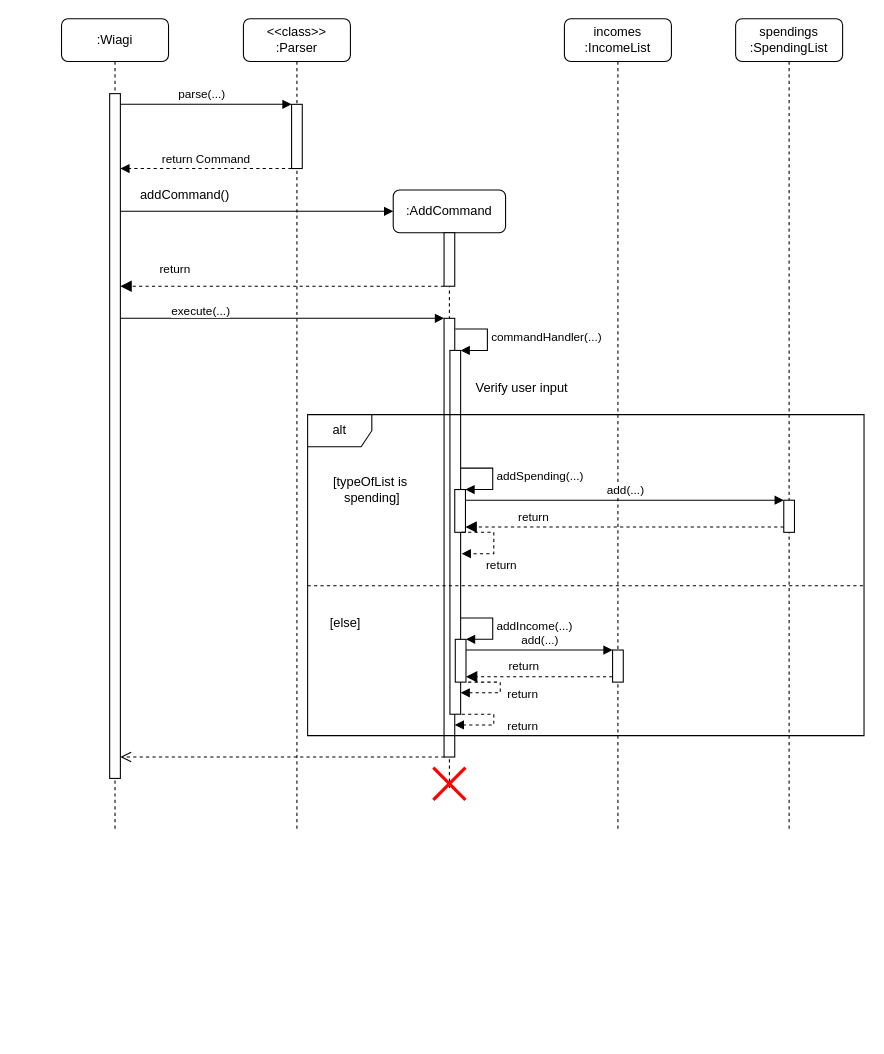
The draw.io diagram docs/Diagrams/Commands/addCommandSequence.drawio in wongwh2002/CS2113TeamProject, before the edit. Source tidied: cells renumbered, new cells numbered last; positions are measured from the earlier drawing's top-left corner, leaving out a move shared by most shapes. Both pictures are drawn from the tidied source at 107%, with x=0, y=0 at pixel (61, 18).
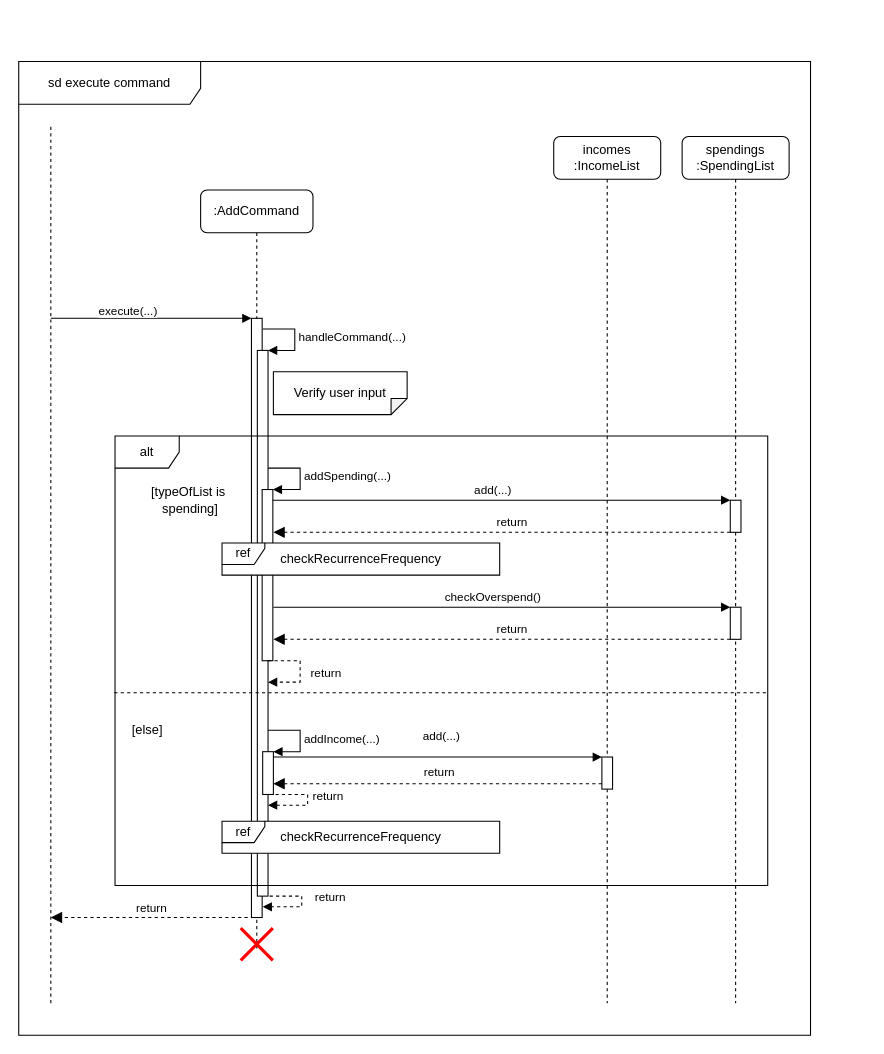
The same page after the edit.

What changed in the source:
```diff
@@
-    <mxCell id="2" value=":Wiagi" style="shape=umlLifeline;perimeter=lifelinePerimeter;whiteSpace=wrap;html=1;newEdgeStyle={&quot;edgeStyle&quot;:&quot;elbowEdgeStyle&quot;,&quot;elbow&quot;:&quot;vertical&quot;,&quot;curved&quot;:0,&quot;rounded&quot;:0};rounded=1;" parent="1" vertex="1">
-      <mxGeometry width="100" height="760" as="geometry" />
-    </mxCell>
-    <mxCell id="3" style="html=1;points=[];perimeter=orthogonalPerimeter;outlineConnect=0;targetShapes=umlLifeline;portConstraint=eastwest;newEdgeStyle={&quot;edgeStyle&quot;:&quot;elbowEdgeStyle&quot;,&quot;elbow&quot;:&quot;vertical&quot;,&quot;curved&quot;:0,&quot;rounded&quot;:0};" parent="2" vertex="1">
-      <mxGeometry x="45" y="70" width="10" height="640" as="geometry" />
-    </mxCell>
+    <mxCell id="47" value="sd execute command" style="shape=umlFrame;whiteSpace=wrap;html=1;swimlaneFillColor=default;width=170;height=40;" parent="1" vertex="1">
+      <mxGeometry x="-40" y="40" width="740" height="910" as="geometry" />
+    </mxCell>
     <mxCell id="4" value=":AddCommand" style="shape=umlLifeline;rounded=1;whiteSpace=wrap;html=1;outlineConnect=0;portConstraint=eastwest;newEdgeStyle={&quot;curved&quot;:0,&quot;rounded&quot;:0};targetShapes=umlLifeline;participant=label;points=[[0,0,0,0,5],[0,1,0,0,-5],[1,0,0,0,5],[1,1,0,0,-5]];perimeter=rectanglePerimeter;" parent="1" vertex="1">
-      <mxGeometry x="310" y="160" width="105" height="560" as="geometry" />
+      <mxGeometry x="130" y="160" width="105" height="710" as="geometry" />
     </mxCell>
-    <mxCell id="5" style="html=1;points=[];perimeter=orthogonalPerimeter;outlineConnect=0;targetShapes=umlLifeline;portConstraint=eastwest;newEdgeStyle={&quot;edgeStyle&quot;:&quot;elbowEdgeStyle&quot;,&quot;elbow&quot;:&quot;vertical&quot;,&quot;curved&quot;:0,&quot;rounded&quot;:0};" parent="4" vertex="1">
-      <mxGeometry x="47.5" y="40" width="10" height="50" as="geometry" />
-    </mxCell>
     <mxCell id="6" style="html=1;points=[];perimeter=orthogonalPerimeter;outlineConnect=0;targetShapes=umlLifeline;portConstraint=eastwest;newEdgeStyle={&quot;edgeStyle&quot;:&quot;elbowEdgeStyle&quot;,&quot;elbow&quot;:&quot;vertical&quot;,&quot;curved&quot;:0,&quot;rounded&quot;:0};" parent="4" vertex="1">
-      <mxGeometry x="47.5" y="120" width="10" height="410" as="geometry" />
+      <mxGeometry x="47.5" y="120" width="10" height="560" as="geometry" />
     </mxCell>
     <mxCell id="7" style="html=1;points=[[0,0,0,0,5],[0,1,0,0,-5],[1,0,0,0,5],[1,1,0,0,-5]];perimeter=orthogonalPerimeter;outlineConnect=0;targetShapes=umlLifeline;portConstraint=eastwest;newEdgeStyle={&quot;curved&quot;:0,&quot;rounded&quot;:0};" parent="4" vertex="1">
-      <mxGeometry x="53" y="150" width="10" height="340" as="geometry" />
+      <mxGeometry x="53" y="150" width="10" height="510" as="geometry" />
     </mxCell>
-    <mxCell id="8" value="commandHandler(...)" style="html=1;align=left;spacingLeft=2;endArrow=block;rounded=0;edgeStyle=orthogonalEdgeStyle;curved=0;rounded=0;" parent="4" edge="1" target="7">
+    <mxCell id="8" value="handleCommand(...)" style="html=1;align=left;spacingLeft=2;endArrow=block;rounded=0;edgeStyle=orthogonalEdgeStyle;curved=0;rounded=0;" parent="4" edge="1" target="7">
       <mxGeometry relative="1" as="geometry">
         <mxPoint x="58" y="130" as="sourcePoint" />
         <Array as="points">
           <mxPoint x="88" y="130" />
           <mxPoint x="88" y="150" />
         </Array>
       </mxGeometry>
     </mxCell>
     <mxCell id="9" style="html=1;points=[[0,0,0,0,5],[0,1,0,0,-5],[1,0,0,0,5],[1,1,0,0,-5]];perimeter=orthogonalPerimeter;outlineConnect=0;targetShapes=umlLifeline;portConstraint=eastwest;newEdgeStyle={&quot;curved&quot;:0,&quot;rounded&quot;:0};" parent="4" vertex="1">
-      <mxGeometry x="57.5" y="280" width="10" height="40" as="geometry" />
+      <mxGeometry x="57.5" y="280" width="10" height="160" as="geometry" />
     </mxCell>
     <mxCell id="10" style="shape=umlDestroy;whiteSpace=wrap;html=1;strokeWidth=3;targetShapes=umlLifeline;strokeColor=#FF0000;" parent="4" vertex="1">
-      <mxGeometry x="37.5" y="540" width="30" height="30" as="geometry" />
+      <mxGeometry x="37.5" y="690" width="30" height="30" as="geometry" />
     </mxCell>
-    <mxCell id="11" value="parse(...)" style="html=1;verticalAlign=bottom;endArrow=block;edgeStyle=elbowEdgeStyle;elbow=vertical;curved=0;rounded=0;" parent="1" edge="1" target="14">
-      <mxGeometry x="0.35" relative="1" as="geometry">
-        <mxPoint x="155" y="80" as="sourcePoint" />
-        <Array as="points">
-          <mxPoint x="55" y="80" />
-        </Array>
-      </mxGeometry>
-    </mxCell>
-    <mxCell id="12" value="return Command" style="html=1;verticalAlign=bottom;endArrow=block;dashed=1;edgeStyle=elbowEdgeStyle;elbow=vertical;curved=0;rounded=0;endFill=1;" parent="1" edge="1" source="14">
-      <mxGeometry relative="1" as="geometry">
-        <mxPoint x="55" y="140" as="targetPoint" />
-        <Array as="points">
-          <mxPoint x="155" y="140" />
-        </Array>
-      </mxGeometry>
-    </mxCell>
-    <mxCell id="13" value="&amp;lt;&amp;lt;class&amp;gt;&amp;gt;&lt;br&gt;:Parser" style="shape=umlLifeline;rounded=1;perimeter=lifelinePerimeter;whiteSpace=wrap;html=1;newEdgeStyle={&quot;edgeStyle&quot;:&quot;elbowEdgeStyle&quot;,&quot;elbow&quot;:&quot;vertical&quot;,&quot;curved&quot;:0,&quot;rounded&quot;:0};" parent="1" vertex="1">
-      <mxGeometry x="170" width="100" height="760" as="geometry" />
-    </mxCell>
-    <mxCell id="14" style="html=1;points=[];perimeter=orthogonalPerimeter;outlineConnect=0;targetShapes=umlLifeline;portConstraint=eastwest;newEdgeStyle={&quot;edgeStyle&quot;:&quot;elbowEdgeStyle&quot;,&quot;elbow&quot;:&quot;vertical&quot;,&quot;curved&quot;:0,&quot;rounded&quot;:0};" parent="13" vertex="1">
-      <mxGeometry x="45" y="80" width="10" height="60" as="geometry" />
-    </mxCell>
-    <mxCell id="15" style="html=1;verticalAlign=bottom;endArrow=block;edgeStyle=elbowEdgeStyle;elbow=vertical;curved=0;rounded=0;" parent="1" edge="1" source="43" target="4">
-      <mxGeometry x="0.35" relative="1" as="geometry">
-        <Array as="points">
-          <mxPoint x="55" y="180" />
-        </Array>
-      </mxGeometry>
-    </mxCell>
-    <mxCell id="16" style="html=1;verticalAlign=bottom;endArrow=block;dashed=1;endSize=8;edgeStyle=elbowEdgeStyle;elbow=vertical;curved=0;rounded=0;endFill=1;" parent="1" edge="1" source="5" target="3">
-      <mxGeometry relative="1" as="geometry">
-        <Array as="points">
-          <mxPoint x="160" y="250" />
-        </Array>
-      </mxGeometry>
-    </mxCell>
     <mxCell id="17" value="alt" style="shape=umlFrame;whiteSpace=wrap;html=1;" parent="1" vertex="1">
-      <mxGeometry x="230" y="370" width="520" height="300" as="geometry" />
+      <mxGeometry x="50" y="390" width="610" height="420" as="geometry" />
     </mxCell>
     <mxCell id="18" style="html=1;verticalAlign=bottom;endArrow=block;edgeStyle=elbowEdgeStyle;elbow=vertical;curved=0;rounded=0;" parent="1" edge="1" target="6">
       <mxGeometry x="0.35" relative="1" as="geometry">
-        <mxPoint x="155" y="280" as="sourcePoint" />
+        <mxPoint x="-10" y="280" as="sourcePoint" />
         <Array as="points">
-          <mxPoint x="55" y="280" />
+          <mxPoint y="280" />
         </Array>
       </mxGeometry>
     </mxCell>
@@
-    <mxCell id="20" value="Verify user input" style="text;html=1;align=center;verticalAlign=middle;strokeColor=none;fillColor=none;" parent="1" vertex="1">
-      <mxGeometry x="375" y="330" width="110" height="30" as="geometry" />
-    </mxCell>
     <mxCell id="21" value="[else]" style="text;html=1;align=center;verticalAlign=middle;strokeColor=none;fillColor=default;" parent="1" vertex="1">
-      <mxGeometry x="240" y="550" width="50" height="30" as="geometry" />
+      <mxGeometry x="55" y="650" width="50" height="30" as="geometry" />
     </mxCell>
     <mxCell id="22" value="incomes :IncomeList" style="shape=umlLifeline;rounded=1;perimeter=lifelinePerimeter;whiteSpace=wrap;html=1;newEdgeStyle={&quot;edgeStyle&quot;:&quot;elbowEdgeStyle&quot;,&quot;elbow&quot;:&quot;vertical&quot;,&quot;curved&quot;:0,&quot;rounded&quot;:0};" parent="1" vertex="1">
-      <mxGeometry x="470" width="100" height="760" as="geometry" />
+      <mxGeometry x="460" y="110" width="100" height="810" as="geometry" />
     </mxCell>
     <mxCell id="23" style="html=1;points=[[0,0,0,0,5],[0,1,0,0,-5],[1,0,0,0,5],[1,1,0,0,-5]];perimeter=orthogonalPerimeter;outlineConnect=0;targetShapes=umlLifeline;portConstraint=eastwest;newEdgeStyle={&quot;curved&quot;:0,&quot;rounded&quot;:0};" parent="22" vertex="1">
-      <mxGeometry x="45" y="590" width="10" height="30" as="geometry" />
+      <mxGeometry x="45" y="580" width="10" height="30" as="geometry" />
     </mxCell>
     <mxCell id="24" value="spendings :SpendingList" style="shape=umlLifeline;rounded=1;perimeter=lifelinePerimeter;whiteSpace=wrap;html=1;newEdgeStyle={&quot;edgeStyle&quot;:&quot;elbowEdgeStyle&quot;,&quot;elbow&quot;:&quot;vertical&quot;,&quot;curved&quot;:0,&quot;rounded&quot;:0};" parent="1" vertex="1">
-      <mxGeometry x="630" width="100" height="760" as="geometry" />
+      <mxGeometry x="580" y="110" width="100" height="810" as="geometry" />
     </mxCell>
     <mxCell id="25" style="html=1;points=[[0,0,0,0,5],[0,1,0,0,-5],[1,0,0,0,5],[1,1,0,0,-5]];perimeter=orthogonalPerimeter;outlineConnect=0;targetShapes=umlLifeline;portConstraint=eastwest;newEdgeStyle={&quot;curved&quot;:0,&quot;rounded&quot;:0};" parent="24" vertex="1">
-      <mxGeometry x="45" y="450" width="10" height="30" as="geometry" />
+      <mxGeometry x="45" y="340" width="10" height="30" as="geometry" />
     </mxCell>
+    <mxCell id="48" style="html=1;points=[[0,0,0,0,5],[0,1,0,0,-5],[1,0,0,0,5],[1,1,0,0,-5]];perimeter=orthogonalPerimeter;outlineConnect=0;targetShapes=umlLifeline;portConstraint=eastwest;newEdgeStyle={&quot;curved&quot;:0,&quot;rounded&quot;:0};" parent="24" vertex="1">
+      <mxGeometry x="45" y="440" width="10" height="30" as="geometry" />
+    </mxCell>
     <mxCell id="26" value="[typeOfList is&amp;nbsp;&lt;div&gt;spending&lt;span style=&quot;background-color: initial;&quot;&gt;]&lt;/span&gt;&lt;/div&gt;" style="text;html=1;align=center;verticalAlign=middle;strokeColor=none;fillColor=default;shadow=0;" parent="1" vertex="1">
-      <mxGeometry x="240" y="420" width="100" height="40" as="geometry" />
+      <mxGeometry x="70" y="430" width="100" height="40" as="geometry" />
     </mxCell>
     <mxCell id="27" value="addSpending(...)" style="html=1;align=left;spacingLeft=2;endArrow=block;rounded=0;edgeStyle=orthogonalEdgeStyle;curved=0;rounded=0;" parent="1" edge="1" target="9">
       <mxGeometry relative="1" as="geometry">
-        <mxPoint x="373" y="420" as="sourcePoint" />
+        <mxPoint x="193" y="420" as="sourcePoint" />
         <Array as="points">
-          <mxPoint x="403" y="420" />
-          <mxPoint x="403" y="440" />
+          <mxPoint x="223" y="420" />
+          <mxPoint x="223" y="440" />
         </Array>
       </mxGeometry>
     </mxCell>
     <mxCell id="28" style="html=1;points=[[0,0,0,0,5],[0,1,0,0,-5],[1,0,0,0,5],[1,1,0,0,-5]];perimeter=orthogonalPerimeter;outlineConnect=0;targetShapes=umlLifeline;portConstraint=eastwest;newEdgeStyle={&quot;curved&quot;:0,&quot;rounded&quot;:0};" parent="1" vertex="1">
-      <mxGeometry x="368" y="580" width="10" height="40" as="geometry" />
+      <mxGeometry x="188" y="685" width="10" height="40" as="geometry" />
     </mxCell>
     <mxCell id="29" value="addIncome(...)" style="html=1;align=left;spacingLeft=2;endArrow=block;rounded=0;edgeStyle=orthogonalEdgeStyle;curved=0;rounded=0;" parent="1" edge="1" target="28">
       <mxGeometry x="0.01" relative="1" as="geometry">
-        <mxPoint x="373" y="560" as="sourcePoint" />
+        <mxPoint x="193" y="665" as="sourcePoint" />
         <Array as="points">
-          <mxPoint x="403" y="560" />
-          <mxPoint x="403" y="580" />
+          <mxPoint x="223" y="665" />
+          <mxPoint x="223" y="685" />
         </Array>
       </mxGeometry>
     </mxCell>
-    <mxCell id="30" style="html=1;verticalAlign=bottom;endArrow=block;dashed=1;endSize=8;curved=0;rounded=0;exitX=0;exitY=1;exitDx=0;exitDy=-5;entryX=1;entryY=1;entryDx=0;entryDy=-5;entryPerimeter=0;endFill=1;" parent="1" edge="1" source="25" target="9">
-      <mxGeometry relative="1" as="geometry" />
+    <mxCell id="30" style="html=1;verticalAlign=bottom;endArrow=block;dashed=1;endSize=8;curved=0;rounded=0;exitX=0;exitY=1;exitDx=0;exitDy=-5;endFill=1;strokeWidth=1;" parent="1" edge="1">
+      <mxGeometry relative="1" as="geometry">
+        <mxPoint x="625" y="480" as="sourcePoint" />
+        <mxPoint x="198" y="480" as="targetPoint" />
+      </mxGeometry>
     </mxCell>
     <mxCell id="31" value="return" style="edgeLabel;html=1;align=center;verticalAlign=middle;" parent="30" vertex="1">
       <mxGeometry x="0.5" relative="1" as="geometry">
-        <mxPoint x="-12" y="-10" as="offset" />
+        <mxPoint x="115" y="-10" as="offset" />
       </mxGeometry>
     </mxCell>
     <mxCell id="32" value="add(...)" style="html=1;verticalAlign=bottom;endArrow=block;curved=0;rounded=0;" parent="1" edge="1" source="9" target="25">
-      <mxGeometry relative="1" as="geometry">
+      <mxGeometry x="-0.04" relative="1" as="geometry">
         <Array as="points">
-          <mxPoint x="530" y="450" />
+          <mxPoint x="350" y="450" />
         </Array>
       </mxGeometry>
     </mxCell>
-    <mxCell id="33" value="add(...)" style="html=1;verticalAlign=bottom;endArrow=block;curved=0;rounded=0;" parent="1" edge="1" source="28" target="23">
-      <mxGeometry relative="1" as="geometry">
+    <mxCell id="33" value="add(...)" style="html=1;verticalAlign=bottom;endArrow=block;curved=0;rounded=0;" parent="1" edge="1" target="23">
+      <mxGeometry x="0.02" y="10" relative="1" as="geometry">
+        <mxPoint x="198" y="690" as="sourcePoint" />
         <Array as="points">
-          <mxPoint x="450" y="590" />
+          <mxPoint x="270" y="690" />
         </Array>
       </mxGeometry>
     </mxCell>
-    <mxCell id="34" style="html=1;verticalAlign=bottom;endArrow=block;dashed=1;endSize=8;curved=0;rounded=0;exitX=0;exitY=1;exitDx=0;exitDy=-5;entryX=1;entryY=1;entryDx=0;entryDy=-5;entryPerimeter=0;endFill=1;" parent="1" edge="1" source="23" target="28">
-      <mxGeometry relative="1" as="geometry" />
+    <mxCell id="34" style="html=1;verticalAlign=bottom;endArrow=block;dashed=1;endSize=8;curved=0;rounded=0;exitX=0;exitY=1;exitDx=0;exitDy=-5;entryX=1;entryY=1;entryDx=0;entryDy=-5;entryPerimeter=0;endFill=1;" parent="1" edge="1" source="23">
+      <mxGeometry relative="1" as="geometry">
+        <mxPoint x="198" y="715" as="targetPoint" />
+      </mxGeometry>
     </mxCell>
-    <mxCell id="35" style="endArrow=none;dashed=1;html=1;rounded=0;" parent="1" edge="1">
+    <mxCell id="35" style="endArrow=none;dashed=1;html=1;rounded=0;exitX=-0.001;exitY=0.532;exitDx=0;exitDy=0;exitPerimeter=0;" parent="1" edge="1">
       <mxGeometry relative="1" as="geometry">
-        <mxPoint x="230" y="530" as="sourcePoint" />
-        <mxPoint x="750" y="530" as="targetPoint" />
+        <mxPoint x="49.3" y="630" as="sourcePoint" />
+        <mxPoint x="660" y="630" as="targetPoint" />
       </mxGeometry>
     </mxCell>
-    <mxCell id="36" style="html=1;verticalAlign=bottom;endArrow=open;dashed=1;endSize=8;edgeStyle=elbowEdgeStyle;elbow=vertical;curved=0;rounded=0;" parent="1" edge="1" target="3">
-      <mxGeometry relative="1" as="geometry">
-        <mxPoint x="358" y="690" as="sourcePoint" />
-        <Array as="points">
-          <mxPoint x="160" y="690" />
-        </Array>
-      </mxGeometry>
-    </mxCell>
-    <mxCell id="37" style="html=1;align=left;spacingLeft=2;endArrow=block;rounded=0;edgeStyle=orthogonalEdgeStyle;curved=0;rounded=0;dashed=1;" parent="1" edge="1" target="7">
+    <mxCell id="37" style="html=1;align=left;spacingLeft=2;endArrow=block;rounded=0;edgeStyle=orthogonalEdgeStyle;curved=0;rounded=0;dashed=1;" parent="1" edge="1">
       <mxGeometry relative="1" as="geometry">
-        <mxPoint x="380" y="620" as="sourcePoint" />
+        <mxPoint x="200" y="725" as="sourcePoint" />
+        <mxPoint x="193" y="735" as="targetPoint" />
         <Array as="points">
-          <mxPoint x="410" y="620" />
-          <mxPoint x="410" y="630" />
+          <mxPoint x="230" y="725" />
+          <mxPoint x="230" y="735" />
         </Array>
       </mxGeometry>
     </mxCell>
-    <mxCell id="38" style="html=1;align=left;spacingLeft=2;endArrow=block;rounded=0;edgeStyle=orthogonalEdgeStyle;curved=0;rounded=0;dashed=1;" parent="1" edge="1" target="6">
+    <mxCell id="38" style="html=1;align=left;spacingLeft=2;endArrow=block;rounded=0;edgeStyle=orthogonalEdgeStyle;curved=0;rounded=0;dashed=1;" parent="1" edge="1">
       <mxGeometry relative="1" as="geometry">
-        <mxPoint x="374" y="650" as="sourcePoint" />
+        <mxPoint x="194.5" y="820" as="sourcePoint" />
+        <mxPoint x="188" y="830" as="targetPoint" />
         <Array as="points">
-          <mxPoint x="404" y="650" />
-          <mxPoint x="404" y="660" />
+          <mxPoint x="224.5" y="820" />
+          <mxPoint x="224.5" y="830" />
         </Array>
       </mxGeometry>
     </mxCell>
     <mxCell id="39" style="html=1;align=left;spacingLeft=2;endArrow=block;rounded=0;edgeStyle=orthogonalEdgeStyle;curved=0;rounded=0;dashed=1;" parent="1" edge="1">
       <mxGeometry relative="1" as="geometry">
-        <mxPoint x="374" y="480" as="sourcePoint" />
-        <mxPoint x="374" y="500" as="targetPoint" />
+        <mxPoint x="193" y="600" as="sourcePoint" />
+        <mxPoint x="193" y="620" as="targetPoint" />
         <Array as="points">
-          <mxPoint x="404" y="480" />
-          <mxPoint x="404" y="500" />
+          <mxPoint x="223" y="600" />
+          <mxPoint x="223" y="620" />
         </Array>
       </mxGeometry>
     </mxCell>
     <mxCell id="40" value="return" style="edgeLabel;html=1;align=center;verticalAlign=middle;" parent="39" vertex="1">
       <mxGeometry x="-0.03" y="1" relative="1" as="geometry">
-        <mxPoint x="5" y="21" as="offset" />
+        <mxPoint x="22" y="2" as="offset" />
       </mxGeometry>
     </mxCell>
-    <mxCell id="41" value="&lt;span style=&quot;color: rgb(0, 0, 0); font-family: Helvetica; font-size: 11px; font-style: normal; font-variant-ligatures: normal; font-variant-caps: normal; font-weight: 400; letter-spacing: normal; orphans: 2; text-align: center; text-indent: 0px; text-transform: none; widows: 2; word-spacing: 0px; -webkit-text-stroke-width: 0px; white-space: nowrap; background-color: rgb(255, 255, 255); text-decoration-thickness: initial; text-decoration-style: initial; text-decoration-color: initial; display: inline !important; float: none;&quot;&gt;return&lt;/span&gt;" style="text;whiteSpace=wrap;html=1;" parent="1" vertex="1">
-      <mxGeometry x="90" y="220" width="60" height="40" as="geometry" />
-    </mxCell>
-    <mxCell id="42" style="html=1;verticalAlign=bottom;endArrow=block;edgeStyle=elbowEdgeStyle;elbow=vertical;curved=0;rounded=0;" parent="1" edge="1" target="43">
-      <mxGeometry x="0.35" relative="1" as="geometry">
-        <mxPoint x="155" y="180" as="sourcePoint" />
-      </mxGeometry>
-    </mxCell>
-    <mxCell id="43" value="addCommand()" style="text;html=1;align=center;verticalAlign=middle;points=[];strokeColor=none;fillColor=none;" parent="1" vertex="1">
-      <mxGeometry x="60" y="150" width="110" height="30" as="geometry" />
-    </mxCell>
     <mxCell id="44" value="return" style="edgeLabel;html=1;align=center;verticalAlign=middle;" parent="1" vertex="1">
-      <mxGeometry x="430" y="630" as="geometry" />
+      <mxGeometry x="267.5" y="725" as="geometry">
+        <mxPoint x="-19" y="1" as="offset" />
+      </mxGeometry>
     </mxCell>
     <mxCell id="45" value="return" style="edgeLabel;html=1;align=center;verticalAlign=middle;" parent="1" vertex="1">
-      <mxGeometry x="430" y="600" as="geometry">
-        <mxPoint x="1" y="4" as="offset" />
+      <mxGeometry x="250" y="700" as="geometry">
+        <mxPoint x="102" y="3" as="offset" />
       </mxGeometry>
     </mxCell>
     <mxCell id="46" value="return" style="edgeLabel;html=1;align=center;verticalAlign=middle;" parent="1" vertex="1">
-      <mxGeometry x="430" y="660" as="geometry" />
+      <mxGeometry x="250" y="820" as="geometry" />
     </mxCell>
+    <mxCell id="49" style="endArrow=none;dashed=1;html=1;rounded=0;" parent="1" edge="1">
+      <mxGeometry relative="1" as="geometry">
+        <mxPoint x="-10" y="920" as="sourcePoint" />
+        <mxPoint x="-10" y="100" as="targetPoint" />
+      </mxGeometry>
+    </mxCell>
+    <mxCell id="20" value="&lt;span style=&quot;color: rgb(0, 0, 0); font-family: Helvetica; font-size: 12px; font-style: normal; font-variant-ligatures: normal; font-variant-caps: normal; font-weight: 400; letter-spacing: normal; orphans: 2; text-align: center; text-indent: 0px; text-transform: none; widows: 2; word-spacing: 0px; -webkit-text-stroke-width: 0px; white-space: nowrap; background-color: rgb(251, 251, 251); text-decoration-thickness: initial; text-decoration-style: initial; text-decoration-color: initial; display: inline !important; float: none;&quot;&gt;Verify user input&lt;/span&gt;" style="shape=note;whiteSpace=wrap;html=1;backgroundOutline=1;darkOpacity=0.05;flipV=1;size=15;" parent="1" vertex="1">
+      <mxGeometry x="198" y="330" width="125" height="40" as="geometry" />
+    </mxCell>
+    <mxCell id="50" style="group;" parent="1" vertex="1">
+      <mxGeometry x="150" y="490" width="259.5" height="30" as="geometry" />
+    </mxCell>
+    <mxCell id="51" value="ref" style="shape=umlFrame;whiteSpace=wrap;html=1;fillColor=default;swimlaneFillColor=default;width=40;height=20;" parent="50" vertex="1">
+      <mxGeometry width="259.5" height="30" as="geometry" />
+    </mxCell>
+    <mxCell id="52" value="checkRecurrenceFrequency" style="text;html=1;align=center;verticalAlign=middle;whiteSpace=wrap;rounded=0;" parent="50" vertex="1">
+      <mxGeometry x="99.8" width="60" height="30" as="geometry" />
+    </mxCell>
+    <mxCell id="53" style="group;" parent="1" vertex="1">
+      <mxGeometry x="150" y="750" width="259.5" height="30" as="geometry" />
+    </mxCell>
+    <mxCell id="54" value="ref" style="shape=umlFrame;whiteSpace=wrap;html=1;fillColor=default;swimlaneFillColor=default;width=40;height=20;" parent="53" vertex="1">
+      <mxGeometry width="259.5" height="30" as="geometry" />
+    </mxCell>
+    <mxCell id="55" value="checkRecurrenceFrequency" style="text;html=1;align=center;verticalAlign=middle;whiteSpace=wrap;rounded=0;" parent="53" vertex="1">
+      <mxGeometry x="99.8" width="60" height="30" as="geometry" />
+    </mxCell>
+    <mxCell id="56" value="checkOverspend()" style="html=1;verticalAlign=bottom;endArrow=block;curved=0;rounded=0;" parent="1" edge="1" target="48">
+      <mxGeometry x="-0.04" relative="1" as="geometry">
+        <mxPoint x="198" y="550" as="sourcePoint" />
+        <Array as="points">
+          <mxPoint x="350" y="550" />
+        </Array>
+      </mxGeometry>
+    </mxCell>
+    <mxCell id="57" style="html=1;verticalAlign=bottom;endArrow=block;dashed=1;endSize=8;curved=0;rounded=0;endFill=1;strokeWidth=1;" parent="1" edge="1" source="48">
+      <mxGeometry relative="1" as="geometry">
+        <mxPoint x="198" y="580" as="targetPoint" />
+      </mxGeometry>
+    </mxCell>
+    <mxCell id="58" value="return" style="edgeLabel;html=1;align=center;verticalAlign=middle;" parent="57" vertex="1">
+      <mxGeometry x="0.5" relative="1" as="geometry">
+        <mxPoint x="115" y="-10" as="offset" />
+      </mxGeometry>
+    </mxCell>
+    <mxCell id="59" style="html=1;verticalAlign=bottom;endArrow=block;dashed=1;endSize=8;edgeStyle=elbowEdgeStyle;elbow=vertical;curved=0;rounded=0;endFill=1;" parent="1" edge="1">
+      <mxGeometry relative="1" as="geometry">
+        <mxPoint x="174" y="840" as="sourcePoint" />
+        <mxPoint x="-10" y="840" as="targetPoint" />
+        <Array as="points">
+          <mxPoint x="96" y="840" />
+        </Array>
+      </mxGeometry>
+    </mxCell>
+    <mxCell id="60" value="return" style="edgeLabel;html=1;align=center;verticalAlign=middle;" parent="59" vertex="1">
+      <mxGeometry x="0.37" y="2" relative="1" as="geometry">
+        <mxPoint x="35" y="-12" as="offset" />
+      </mxGeometry>
+    </mxCell>
```
